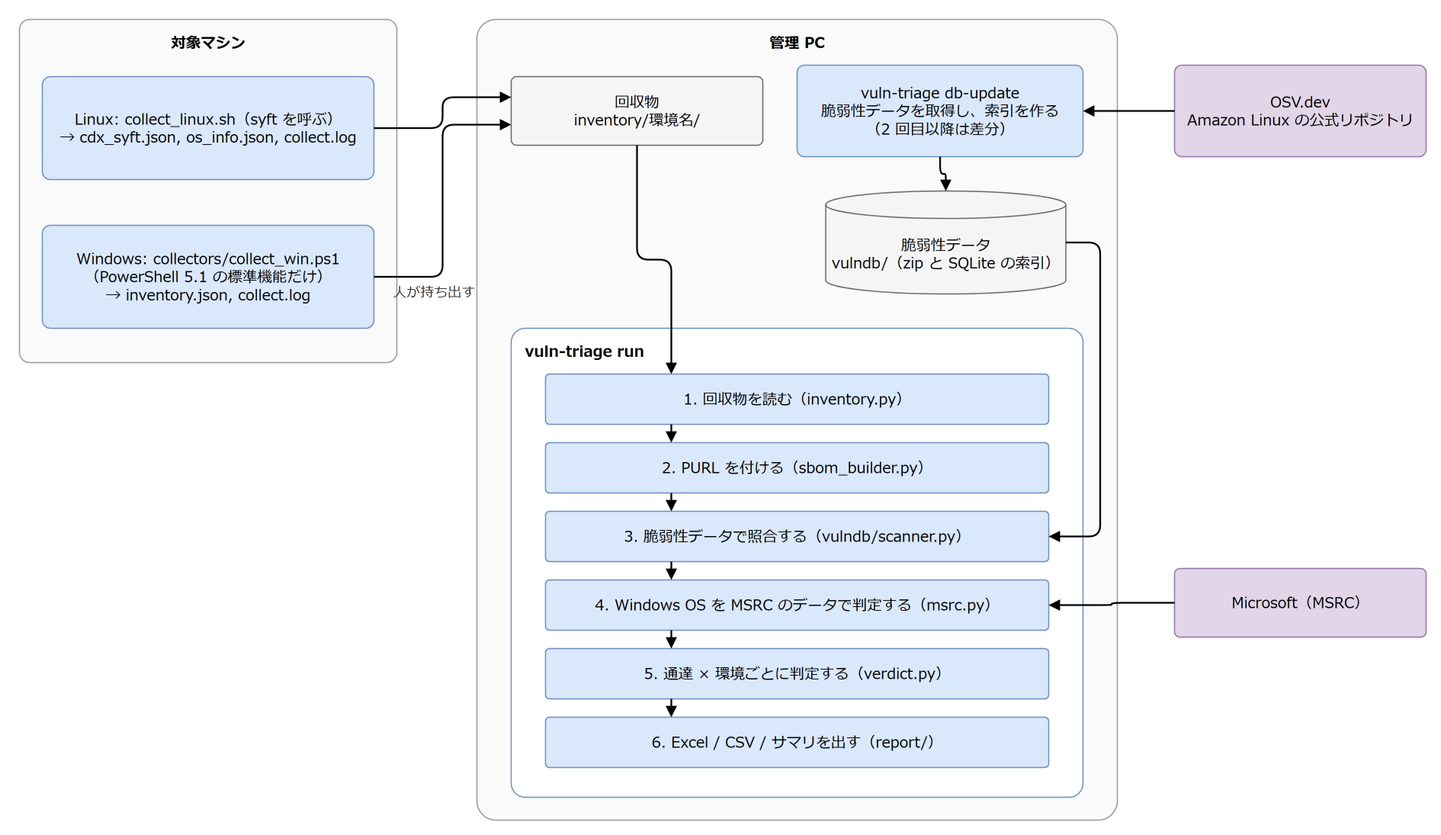
Earlier version of the draw.io export docs/images/pipeline.drawio.png (hsgwa/cve_chk). Source tidied: cells renumbered, new cells last; positions are measured from the earlier drawing's top-left corner, leaving out a move shared by most shapes.
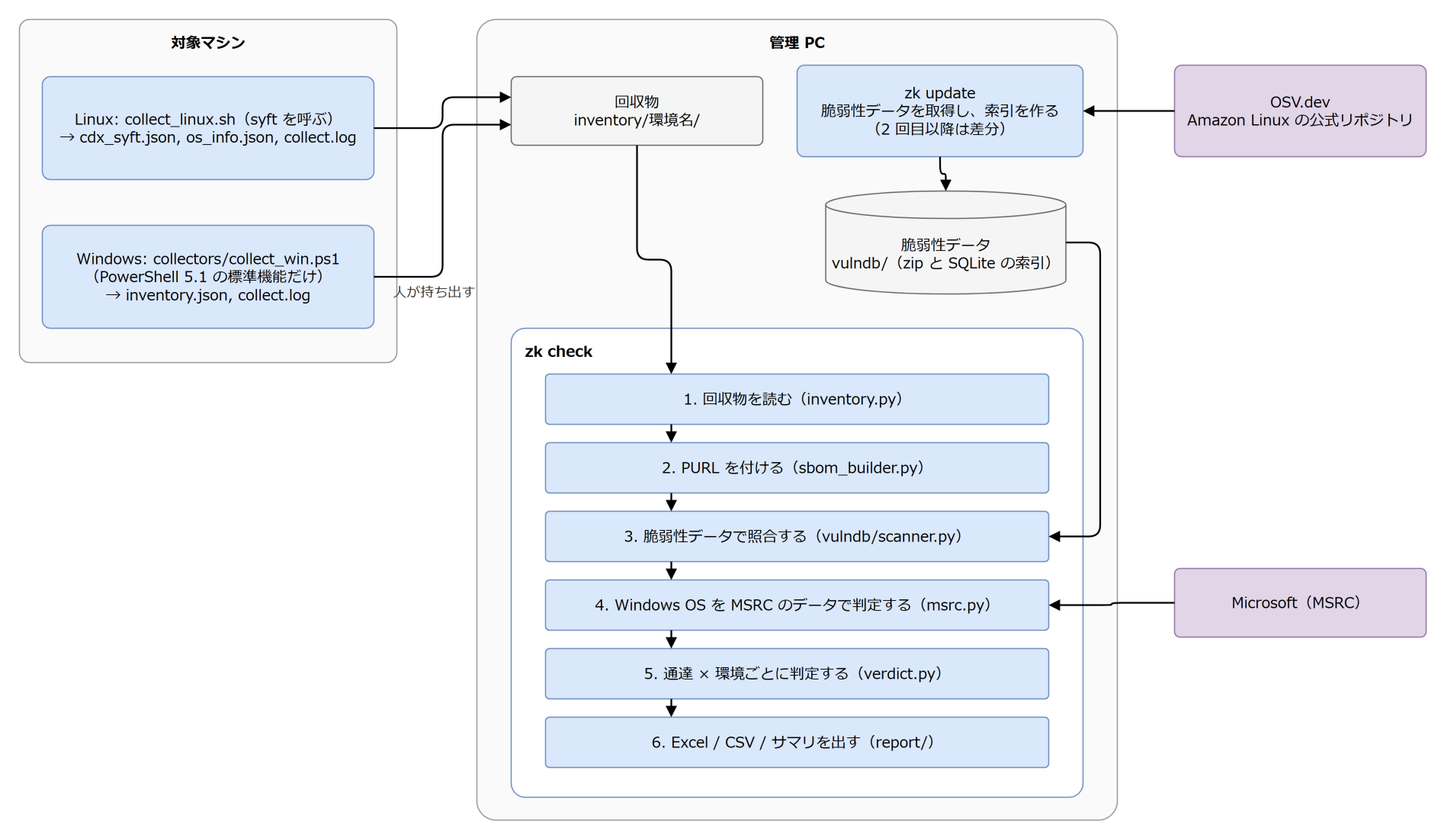
The same diagram one commit later.

The edit, as a diff of the source:
```diff
@@ -17,13 +17,13 @@
     <mxCell id="6" value="回収物&lt;br&gt;inventory/環境名/" style="rounded=1;whiteSpace=wrap;html=1;arcSize=8;fontFamily=Meiryo;fontSize=13;fillColor=#F5F5F5;strokeColor=#666666;" parent="1" vertex="1">
       <mxGeometry x="430" y="50" width="220" height="60" as="geometry" />
     </mxCell>
-    <mxCell id="7" value="vuln-triage db-update&lt;br&gt;脆弱性データを取得し、索引を作る&lt;br&gt;（2 回目以降は差分）" style="rounded=1;whiteSpace=wrap;html=1;arcSize=8;fontFamily=Meiryo;fontSize=13;fillColor=#DAE8FC;strokeColor=#6C8EBF;" parent="1" vertex="1">
+    <mxCell id="7" value="zk update&lt;br&gt;脆弱性データを取得し、索引を作る&lt;br&gt;（2 回目以降は差分）" style="rounded=1;whiteSpace=wrap;html=1;arcSize=8;fontFamily=Meiryo;fontSize=13;fillColor=#DAE8FC;strokeColor=#6C8EBF;" parent="1" vertex="1">
       <mxGeometry x="680" y="40" width="250" height="80" as="geometry" />
     </mxCell>
     <mxCell id="8" value="脆弱性データ&lt;br&gt;vulndb/（zip と SQLite の索引）" style="shape=cylinder3;whiteSpace=wrap;html=1;boundedLbl=1;size=12;fontFamily=Meiryo;fontSize=13;fillColor=#F5F5F5;strokeColor=#666666;" parent="1" vertex="1">
       <mxGeometry x="705" y="150" width="210" height="90" as="geometry" />
     </mxCell>
-    <mxCell id="9" value="vuln-triage run" style="rounded=1;whiteSpace=wrap;html=1;arcSize=3;verticalAlign=top;align=left;spacingLeft=10;spacingTop=6;fontStyle=1;fontFamily=Meiryo;fontSize=13;fillColor=#FFFFFF;strokeColor=#6C8EBF;" parent="1" vertex="1">
+    <mxCell id="9" value="zk check" style="rounded=1;whiteSpace=wrap;html=1;arcSize=3;verticalAlign=top;align=left;spacingLeft=10;spacingTop=6;fontStyle=1;fontFamily=Meiryo;fontSize=13;fillColor=#FFFFFF;strokeColor=#6C8EBF;" parent="1" vertex="1">
       <mxGeometry x="430" y="270" width="500" height="410" as="geometry" />
     </mxCell>
     <mxCell id="10" value="1. 回収物を読む（inventory.py）" style="rounded=1;whiteSpace=wrap;html=1;arcSize=8;fontFamily=Meiryo;fontSize=13;fillColor=#DAE8FC;strokeColor=#6C8EBF;" parent="1" vertex="1">
```
